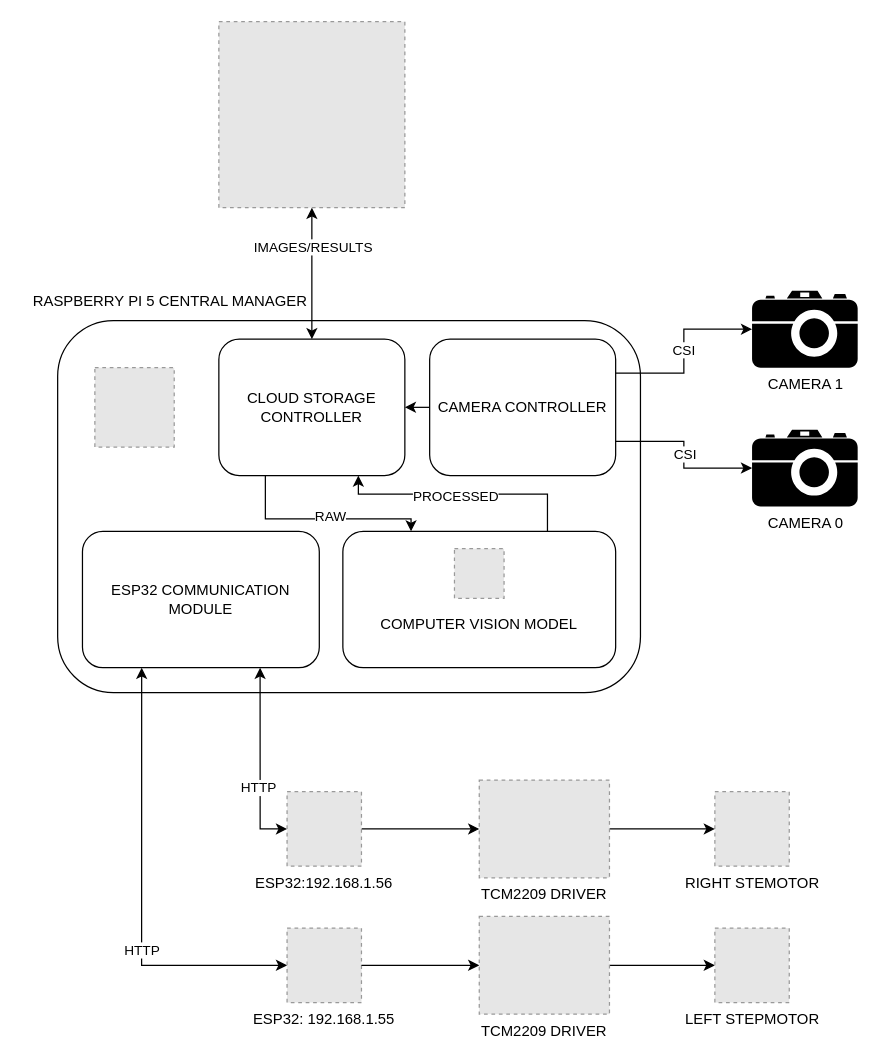
The draw.io diagram systemarchitecture.drawio in Jusepepe/PROYECTO_SCA, before the edit. Source tidied: cells renumbered, new cells numbered last; positions are measured from the earlier drawing's top-left corner, leaving out a move shared by most shapes. Both pictures are drawn from the tidied source at 124%, with x=0, y=0 at pixel (21, 21). Pictures stored in the file or linked from it are replaced by grey dashed boxes.
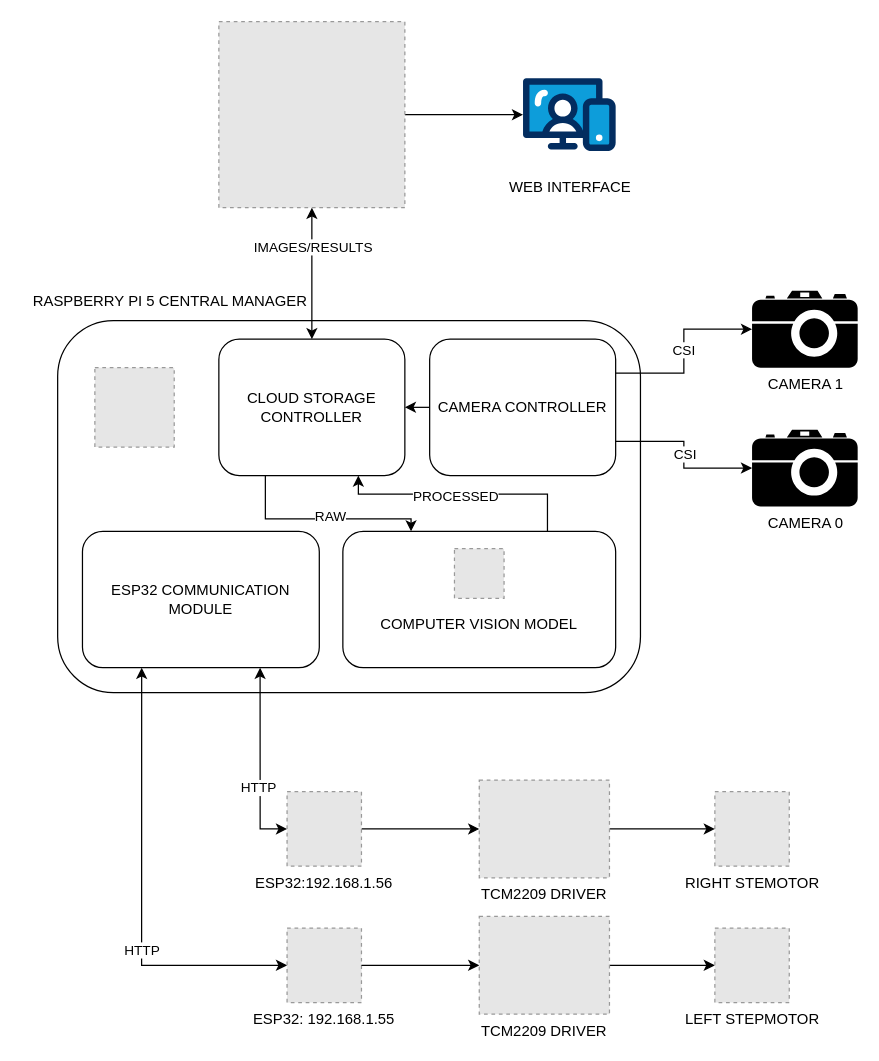
After the change.

Unchanged cells that the change refers to:
```xml
<mxCell id="3" style="fillColor=#E6E6E6;strokeColor=#999999;dashed=1;verticalLabelPosition=bottom;labelBackgroundColor=default;verticalAlign=top;" parent="1" vertex="1">
  <mxGeometry x="159" width="150" height="150" as="geometry" />
</mxCell>
```

Diff of the diagram source:
```diff
@@
+    <mxCell id="38" style="edgeStyle=orthogonalEdgeStyle;rounded=0;jettySize=auto;html=1;" parent="1" edge="1" source="3" target="39">
+      <mxGeometry relative="1" as="geometry" />
+    </mxCell>
@@
+    <mxCell id="39" value="WEB INTERFACE" style="verticalLabelPosition=bottom;html=1;shape=mxgraph.salesforce.web;" parent="1" vertex="1">
+      <mxGeometry x="404.3" y="45.5" width="74.7" height="59" as="geometry" />
+    </mxCell>
```
